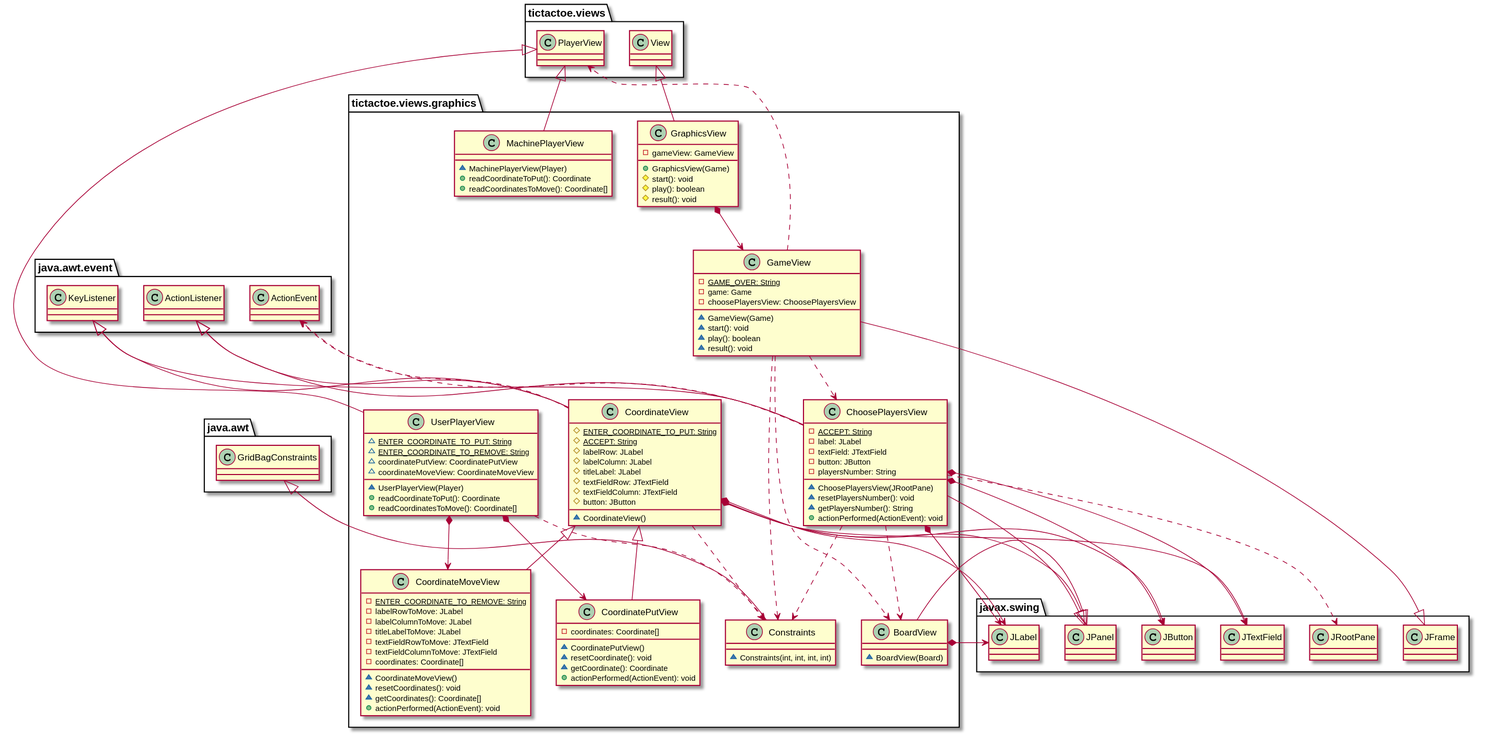
Before: docs/build/docs/asciidoc/images/tictactoeViewsGraphicsVersion4.svg, a diagram exported from PlantUML (x-USantaTecla-game-ticTacToe/java).
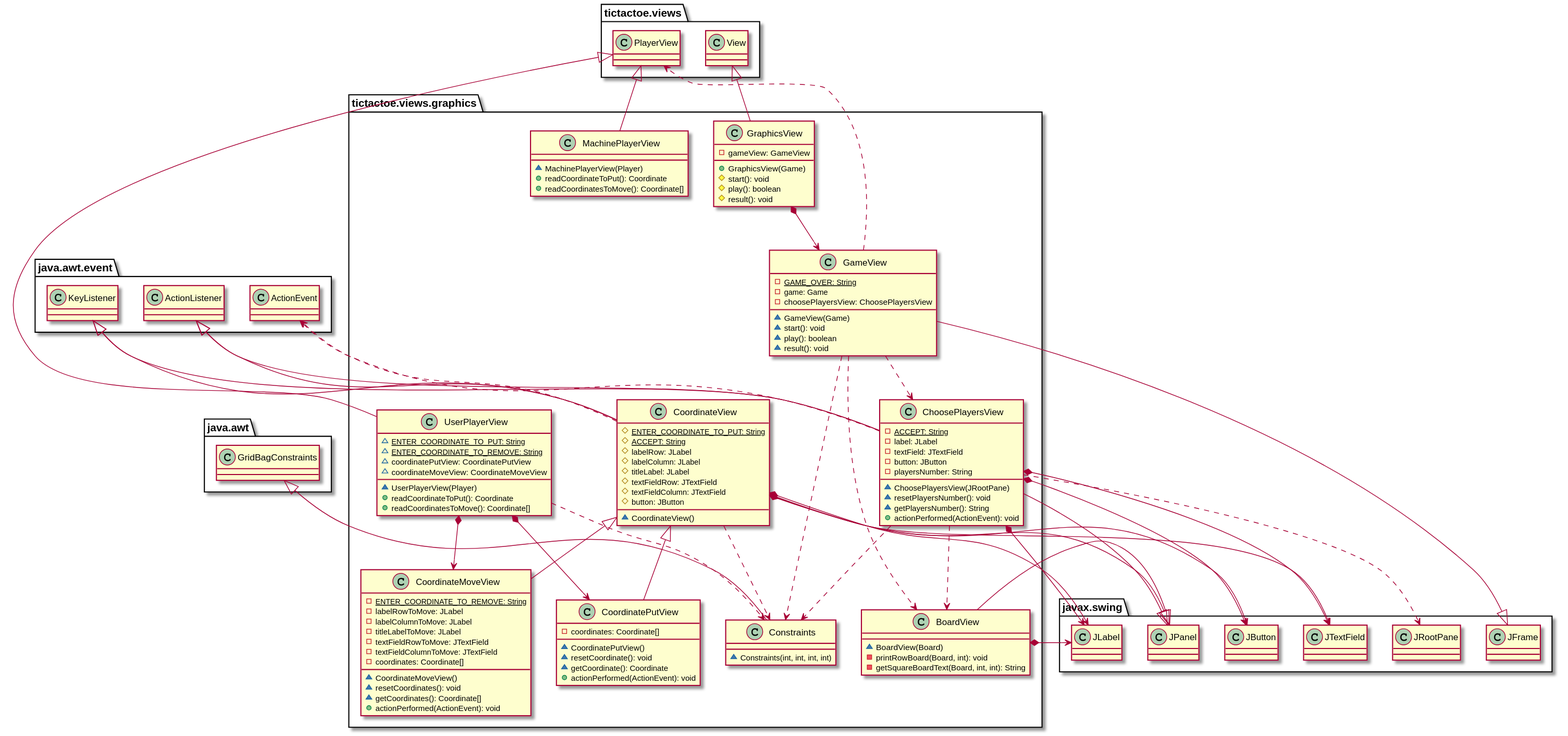
After the change.

Commit message:
Refactor Board views and model

The edit, as a diff of the source:
```diff
@@ -2,6 +2,8 @@
 
 class  tictactoe.views.graphics.BoardView{
 ~ BoardView(Board)
+- printRowBoard(Board, int): void
+- getSquareBoardText(Board, int, int): String
 }
 javax.swing.JPanel <|-down- tictactoe.views.graphics.BoardView
 tictactoe.views.graphics.BoardView *-down-> javax.swing.JLabel
```
